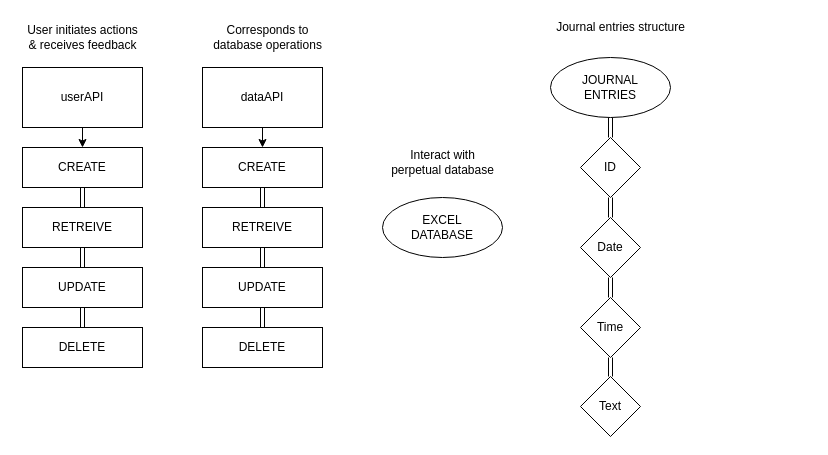
Above: page "API Logic" (2 of 2) of dev/logic.drawio in andodaryl/command-line-journal (draw.io), before the change. Source tidied: cells renumbered, new cells numbered last; positions are measured from the earlier drawing's top-left corner, leaving out a move shared by most shapes. Both pictures are drawn from the tidied source at 100%, with x=0, y=0 at pixel (17, 17).
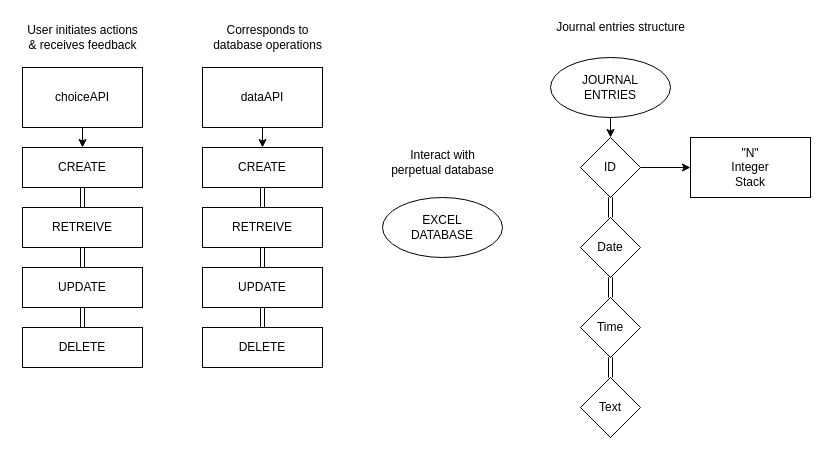
After the change.

Unchanged cells that the change refers to:
```xml
<mxCell id="21" value="JOURNAL&lt;br&gt;ENTRIES" style="ellipse;whiteSpace=wrap;html=1;" parent="1" vertex="1">
  <mxGeometry x="533" y="40" width="120" height="60" as="geometry" />
</mxCell>
<mxCell id="24" value="ID" style="rhombus;whiteSpace=wrap;html=1;" parent="1" vertex="1">
  <mxGeometry x="563" y="120" width="60" height="60" as="geometry" />
</mxCell>
<mxCell id="26" value="Date" style="rhombus;whiteSpace=wrap;html=1;" parent="1" vertex="1">
  <mxGeometry x="563" y="200" width="60" height="60" as="geometry" />
</mxCell>
```

The edit, as a diff of the source:
```diff
@@
-    <mxCell id="3" value="userAPI" style="whiteSpace=wrap;html=1;" parent="1" vertex="1">
+    <mxCell id="3" value="choiceAPI" style="whiteSpace=wrap;html=1;" parent="1" vertex="1">
       <mxGeometry x="5" y="50" width="120" height="60" as="geometry" />
     </mxCell>
@@
-    <mxCell id="20" style="edgeStyle=none;html=1;shape=link;" parent="1" edge="1" source="21" target="24">
+    <mxCell id="20" style="edgeStyle=none;html=1;" parent="1" edge="1" source="21" target="24">
       <mxGeometry relative="1" as="geometry" />
     </mxCell>
@@
+    <mxCell id="34" style="edgeStyle=none;html=1;" parent="1" edge="1" source="24" target="35">
+      <mxGeometry relative="1" as="geometry" />
+    </mxCell>
@@
-    <mxCell id="25" style="edgeStyle=none;html=1;shape=link;" parent="1" edge="1" source="26" target="28">
+    <mxCell id="25" style="edgeStyle=none;html=1;exitX=0.5;exitY=1;exitDx=0;exitDy=0;entryX=0.5;entryY=0;entryDx=0;entryDy=0;shape=link;" parent="1" edge="1" source="26" target="28">
       <mxGeometry relative="1" as="geometry" />
     </mxCell>
@@
-    <mxCell id="27" style="edgeStyle=none;html=1;shape=link;" parent="1" edge="1" source="28" target="29">
+    <mxCell id="27" style="edgeStyle=none;html=1;shape=link;exitX=0.5;exitY=1;exitDx=0;exitDy=0;" parent="1" edge="1" source="28" target="29">
       <mxGeometry relative="1" as="geometry" />
     </mxCell>
-    <mxCell id="28" value="Time" style="rhombus;whiteSpace=wrap;html=1;" parent="1" vertex="1">
-      <mxGeometry x="563" y="280" width="60" height="60" as="geometry" />
-    </mxCell>
     <mxCell id="29" value="Text" style="rhombus;whiteSpace=wrap;html=1;" parent="1" vertex="1">
-      <mxGeometry x="563" y="359" width="60" height="60" as="geometry" />
+      <mxGeometry x="563" y="360" width="60" height="60" as="geometry" />
     </mxCell>
@@
+    <mxCell id="28" value="Time" style="rhombus;whiteSpace=wrap;html=1;" parent="1" vertex="1">
+      <mxGeometry x="563" y="280" width="60" height="60" as="geometry" />
+    </mxCell>
+    <mxCell id="35" value="&quot;N&quot;&lt;br&gt;Integer&lt;br&gt;Stack" style="whiteSpace=wrap;html=1;" parent="1" vertex="1">
+      <mxGeometry x="673" y="120" width="120" height="60" as="geometry" />
+    </mxCell>
```
